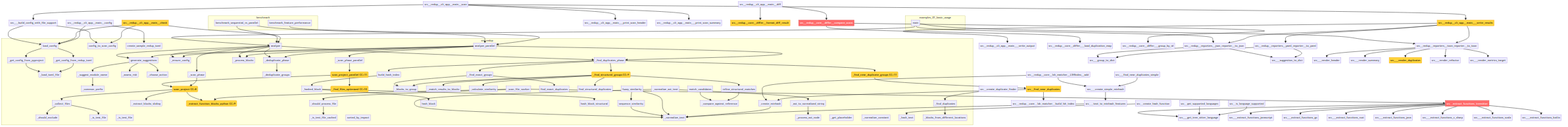
Above: project/flow.png in semcod/redup (Mermaid), before the change. Its source is kept beside it as project/flow.mmd.
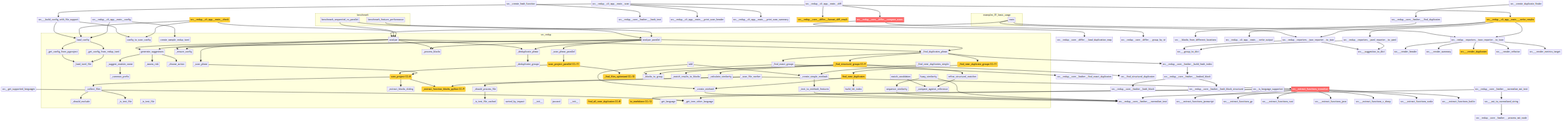
The same file after the commit.

The edit, as a diff of the source:
```diff
@@ -46,38 +46,38 @@
         src__redup__core__pipeline___calculate_similarity["_calculate_similarity"]
         src___find_near_duplicate_groups("_find_near_duplicate_groups CC=11")
         src__redup__core__pipeline__analyze_parallel["analyze_parallel"]
-        src__redup__core__hasher___normalize_text["_normalize_text"]
-        src__redup__core__hasher___normalize_ast_text["_normalize_ast_text"]
-        src___ast_to_normalized_string["_ast_to_normalized_string"]
-        src__redup__core__hasher___process_ast_node["_process_ast_node"]
-        src__redup__core__hasher___get_placeholder["_get_placeholder"]
-        src__redup__core__hasher___normalize_constant["_normalize_constant"]
-        src__redup__core__hasher___hash_text["_hash_text"]
-        src__redup__core__hasher__hash_block["hash_block"]
-        src__redup__core__hasher__hash_block_structural["hash_block_structural"]
-        src__redup__core__hasher__find_exact_duplicates["find_exact_duplicates"]
-        src__find_structural_duplicates["find_structural_duplicates"]
-        src__redup__core__hasher___hashed_block["_hashed_block"]
-        src__redup__core__hasher__build_hash_index["build_hash_index"]
-        src__redup__core__hasher___find_duplicates["_find_duplicates"]
-        src___blocks_from_different_locations["_blocks_from_different_locations"]
+        src__redup__core__lsh_matcher___create_minhash["_create_minhash"]
+        src___text_to_minhash_features["_text_to_minhash_features"]
+        src___create_simple_minhash["_create_simple_minhash"]
+        src____init__["__init__"]
+        src__jaccard["jaccard"]
+        src__redup__core__lsh_matcher__LSHIndex____init__["__init__"]
+        src__redup__core__lsh_matcher__LSHIndex__add["add"]
+        src__find_near_duplicates("find_near_duplicates CC=10")
+        src___find_near_duplicates_simple["_find_near_duplicates_simple"]
+        src__find_all_near_duplicates("find_all_near_duplicates CC=8")
+        src__redup__core__lsh_matcher__build_lsh_index["build_lsh_index"]
+        src__find_near_duplicates["find_near_duplicates"]
         src__redup__core__matcher__sequence_similarity["sequence_similarity"]
         src__redup__core__matcher__fuzzy_similarity["fuzzy_similarity"]
         src___compare_against_reference["_compare_against_reference"]
         src__redup__core__matcher__match_candidates["match_candidates"]
         src__refine_structural_matches["refine_structural_matches"]
-        src__redup__core__lsh_matcher___create_minhash["_create_minhash"]
+        src__to_markdown("to_markdown CC=12")
+        src____init__["__init__"]
+        src__get_language["get_language"]
+        src___get_tree_sitter_language["_get_tree_sitter_language"]
     end
     examples__01_basic_usage__main --> src__redup__core__pipeline__analyze
     examples__01_basic_usage__main --> src__redup__reporters__toon_reporter__to_toon
     examples__01_basic_usage__main --> src__redup__reporters__json_reporter__to_json
+    benchmark__benchmark_sequential_vs_parallel --> src__redup__core__pipeline__analyze
+    benchmark__benchmark_sequential_vs_parallel --> src__redup__core__pipeline__analyze_parallel
+    benchmark__benchmark_feature_performance --> src__redup__core__pipeline__analyze_parallel
     src___get_config_from_pyproject --> src__redup__core__config___load_toml_file
     src___get_config_from_redup_toml --> src__redup__core__config___load_toml_file
     src__redup__core__config__load_config --> src___get_config_from_redup_toml
     src__redup__core__config__load_config --> src___get_config_from_pyproject
-    benchmark__benchmark_sequential_vs_parallel --> src__redup__core__pipeline__analyze
-    benchmark__benchmark_sequential_vs_parallel --> src__redup__core__pipeline__analyze_parallel
-    benchmark__benchmark_feature_performance --> src__redup__core__pipeline__analyze_parallel
     src__redup__core__planner___suggest_module_name --> src__redup__core__planner___common_prefix
     src__redup__core__planner__generate_suggestions --> src__redup__core__planner___choose_action
     src__redup__core__planner__generate_suggestions --> src__redup__core__planner___suggest_module_name
@@ -120,18 +120,6 @@
     src__redup__core__pipeline__analyze_parallel --> src__redup__core__pipeline___find_duplicates_phase
     src__redup__core__pipeline__analyze_parallel --> src__redup__core__pipeline___deduplicate_phase
     src__redup__core__pipeline__analyze_parallel --> src__redup__core__planner__generate_suggestions
-    src__redup__core__hasher___normalize_ast_text --> src__redup__core__hasher___normalize_text
-    src__redup__core__hasher___normalize_ast_text --> src___ast_to_normalized_string
-    src___ast_to_normalized_string --> src__redup__core__hasher___process_ast_node
-    src__redup__core__hasher___hashed_block --> src__redup__core__hasher__hash_block
-    src__redup__core__hasher___hashed_block --> src__redup__core__hasher__hash_block_structural
-    src__redup__core__hasher__build_hash_index --> src__redup__core__hasher___hashed_block
-    src__redup__core__hasher___find_duplicates --> src___blocks_from_different_locations
-    src__redup__core__matcher__sequence_similarity --> src__redup__core__hasher___normalize_text
-    src__redup__core__matcher__fuzzy_similarity --> src__redup__core__hasher___normalize_text
-    src__redup__core__matcher__fuzzy_similarity --> src__redup__core__matcher__sequence_similarity
-    src__redup__core__matcher__match_candidates --> src___compare_against_reference
-    src__refine_structural_matches --> src___compare_against_reference
     src__redup__core__lsh_matcher___create_minhash --> src__redup__core__hasher___normalize_text
     src___text_to_minhash_features --> src__redup__core__hasher___normalize_text
     src___create_simple_minhash --> src___text_to_minhash_features
@@ -140,15 +128,11 @@
     src__find_near_duplicates --> src__redup__core__lsh_matcher___create_minhash
     src___find_near_duplicates_simple --> src___create_simple_minhash
     src__find_near_duplicates --> src__redup__core__lsh_matcher__build_lsh_index
-    src__redup__reporters__json_reporter__to_json --> src___group_to_dict
-    src__redup__reporters__json_reporter__to_json --> src___suggestion_to_dict
-    src__redup__reporters__toon_reporter__to_toon --> src___render_header
-    src__redup__reporters__toon_reporter__to_toon --> src___render_summary
-    src__redup__reporters__toon_reporter__to_toon --> src___render_duplicates
-    src__redup__reporters__toon_reporter__to_toon --> src___render_refactor
-    src__redup__reporters__toon_reporter__to_toon --> src___render_metrics_target
-    src__redup__reporters__yaml_reporter__to_yaml --> src___group_to_dict
-    src__redup__reporters__yaml_reporter__to_yaml --> src___suggestion_to_dict
+    src__redup__core__matcher__sequence_similarity --> src__redup__core__hasher___normalize_text
+    src__redup__core__matcher__fuzzy_similarity --> src__redup__core__hasher___normalize_text
+    src__redup__core__matcher__fuzzy_similarity --> src__redup__core__matcher__sequence_similarity
+    src__redup__core__matcher__match_candidates --> src___compare_against_reference
+    src__refine_structural_matches --> src___compare_against_reference
     src__extract_functions_treesitter --> src___get_tree_sitter_language
     src__extract_functions_treesitter --> src___extract_functions_javascript
     src__extract_functions_treesitter --> src___extract_functions_go
@@ -159,6 +143,24 @@
     src__extract_functions_treesitter --> src___extract_functions_kotlin
     src__get_supported_languages --> src___get_tree_sitter_language
     src__is_language_supported --> src___get_tree_sitter_language
+    src__redup__reporters__json_reporter__to_json --> src___group_to_dict
+    src__redup__reporters__json_reporter__to_json --> src___suggestion_to_dict
+    src__redup__reporters__toon_reporter__to_toon --> src___render_header
+    src__redup__reporters__toon_reporter__to_toon --> src___render_summary
+    src__redup__reporters__toon_reporter__to_toon --> src___render_duplicates
+    src__redup__reporters__toon_reporter__to_toon --> src___render_refactor
+    src__redup__reporters__toon_reporter__to_toon --> src___render_metrics_target
+    src__redup__reporters__yaml_reporter__to_yaml --> src___group_to_dict
+    src__redup__reporters__yaml_reporter__to_yaml --> src___suggestion_to_dict
+    src__redup__core__differ__compare_scans --> src__redup__core__differ___load_duplication_map
+    src__redup__core__differ__compare_scans --> src__redup__core__differ___group_by_id
+    src__redup__core__hasher___normalize_ast_text --> src__redup__core__hasher___normalize_text
+    src__redup__core__hasher___normalize_ast_text --> src___ast_to_normalized_string
+    src___ast_to_normalized_string --> src__redup__core__hasher___process_ast_node
+    src__redup__core__hasher___hashed_block --> src__redup__core__hasher__hash_block
+    src__redup__core__hasher___hashed_block --> src__redup__core__hasher__hash_block_structural
+    src__redup__core__hasher__build_hash_index --> src__redup__core__hasher___hashed_block
+    src__redup__core__hasher___find_duplicates --> src___blocks_from_different_locations
     src__create_hash_function --> src__redup__core__hasher___hash_text
     src__create_duplicate_finder --> src__redup__core__hasher___find_duplicates
     src___build_config_with_file_support --> src__redup__core__config__load_config
@@ -178,10 +180,8 @@
     src__redup__cli_app__main__check --> src__redup__core__pipeline__analyze
     src__redup__cli_app__main__config --> src__redup__core__config__create_sample_redup_toml
     src__redup__cli_app__main__config --> src__redup__core__config__load_config
-    src__redup__core__differ__compare_scans --> src__redup__core__differ___load_duplication_map
-    src__redup__core__differ__compare_scans --> src__redup__core__differ___group_by_id
 
     classDef highCC fill:#ff6b6b,stroke:#c92a2a,color:#fff
     classDef medCC fill:#ffd43b,stroke:#f08c00,color:#000
     class src__extract_functions_treesitter,src__redup__core__differ__compare_scans highCC
-    class src___extract_function_blocks_python,src__redup__core__scanner__scan_project,src__scan_project_parallel,src___find_files_optimized,src___find_structural_groups,src___find_near_duplicate_groups,src__find_near_duplicates,src__find_all_near_duplicates,src__to_markdown,src___render_duplicates,src___get_refactoring_metrics,src__redup__cli_app__main___write_results,src__redup__cli_app__main__check,src__redup__core__differ__format_diff_result medCC
+    class src___extract_function_blocks_python,src__redup__core__scanner__scan_project,src__scan_project_parallel,src___find_files_optimized,src___find_structural_groups,src___find_near_duplicate_groups,src__find_near_duplicates,src__find_all_near_duplicates,src__to_markdown,src___render_duplicates,src__redup__core__differ__format_diff_result,src__redup__cli_app__main___write_results,src__redup__cli_app__main__check,src___get_refactoring_metrics medCC
```
